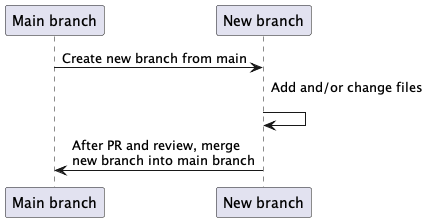
This is branching-simple.png from rostools/cog-flow-intro, a PlantUML export, as it was before one commit. Source of this version:
```plantuml
@startuml branching-simple

"Main branch" -> "New branch": Create new branch from main
"New branch" -> "New branch": Add and/or change files\n
"New branch" -> "Main branch": After PR and review, merge\nnew branch into main branch

@enduml
```
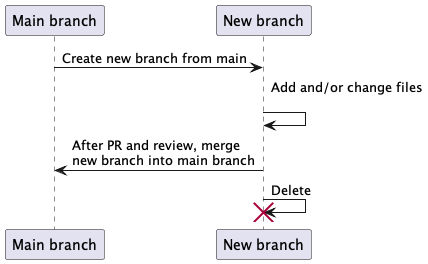
After the commit.

Commit message:
fix: add delete new branch after merge to figures

Diff of the diagram source:
```diff
@@ -3,5 +3,7 @@
 "Main branch" -> "New branch": Create new branch from main
 "New branch" -> "New branch": Add and/or change files\n
 "New branch" -> "Main branch": After PR and review, merge\nnew branch into main branch
+"New branch" -> "New branch" !! : Delete
+
 
 @enduml
```
